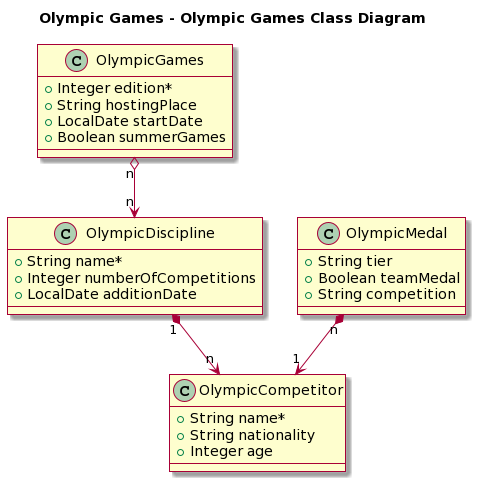
Before: docs/olympic_games.models.png, a diagram exported from PlantUML (wzzzzwwzw/apaw-practice).
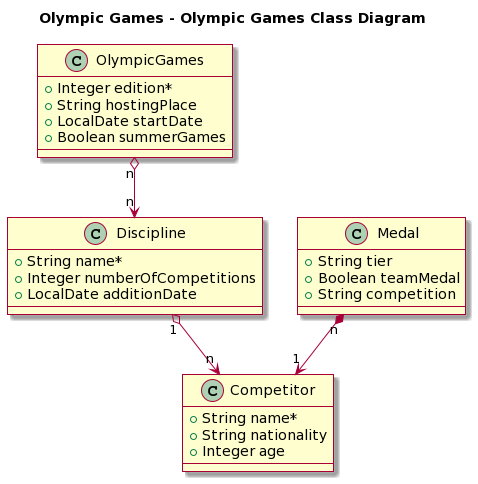
Later version of the same file.

The edit, as a diff of the source:
```diff
@@ -2,7 +2,6 @@
 skin rose
 
 title Olympic Games - Olympic Games Class Diagram
-
 
 class OlympicGames {
 +Integer edition*
@@ -11,25 +10,25 @@
 +Boolean summerGames
 }
 
-class OlympicDiscipline {
+class Discipline {
 +String name*
 +Integer numberOfCompetitions
 +LocalDate additionDate
 }
 
-class OlympicCompetitor {
+class Competitor {
 +String name*
 +String nationality
 +Integer age
 }
 
-class OlympicMedal {
+class Medal {
 +String tier
 +Boolean teamMedal
 +String competition
 }
 
-OlympicMedal "n" *-down-> "1" OlympicCompetitor
-OlympicGames "n" o-down-> "n" OlympicDiscipline
-OlympicDiscipline "1" *-down-> "n" OlympicCompetitor
+OlympicGames "n" o-down-> "n" Discipline
+Discipline "1" o-down-> "n" Competitor
+Medal "n" *-down-> "1" Competitor
 @enduml
```
